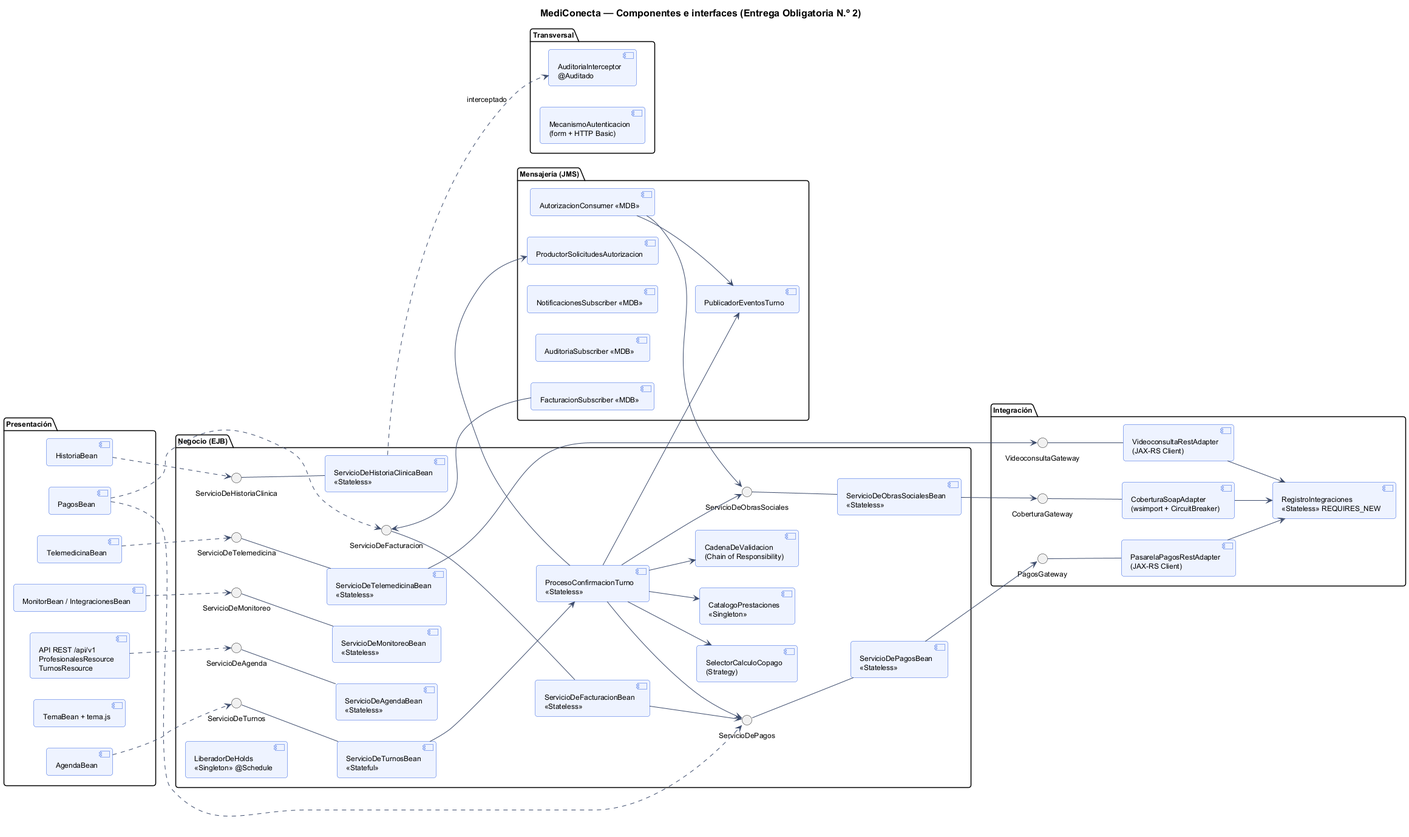
Earlier version of the PlantUML export docs/diagramas/02-componentes.png (ToxicWork/MediConecta).
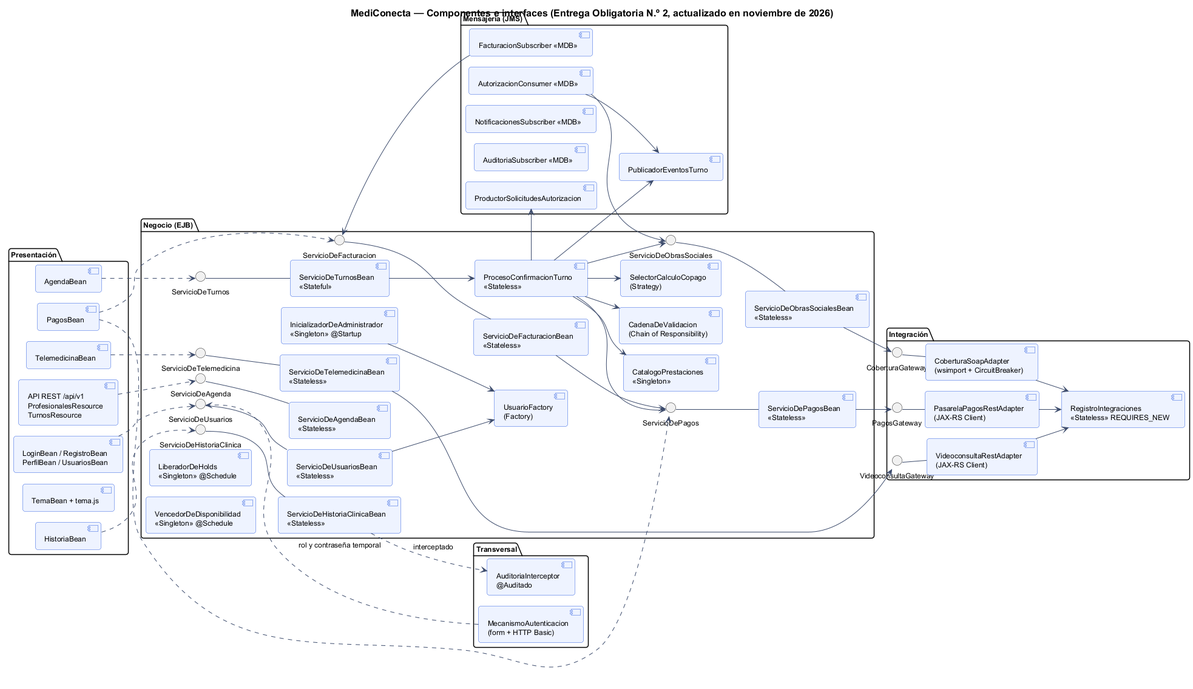
The same diagram one commit later.

What changed in the source:
```diff
@@ -1,6 +1,7 @@
 @startuml 02-componentes
+!pragma layout smetana
 !include _estilo.iuml
-title MediConecta — Componentes e interfaces (Entrega Obligatoria N.º 2)
+title MediConecta — Componentes e interfaces (Entrega Obligatoria N.º 2, actualizado en noviembre de 2026)
 left to right direction
 
 package "Presentación" {
@@ -8,7 +9,7 @@
   [HistoriaBean] as HB
   [PagosBean] as PB
   [TelemedicinaBean] as TB
-  [MonitorBean / IntegracionesBean] as MB
+  [LoginBean / RegistroBean\nPerfilBean / UsuariosBean] as UB
   [TemaBean + tema.js] as TEMA
   [API REST /api/v1\nProfesionalesResource\nTurnosResource] as API
 }
@@ -21,7 +22,7 @@
   interface ServicioDePagos as I_SP
   interface ServicioDeTelemedicina as I_STM
   interface ServicioDeFacturacion as I_SF
-  interface ServicioDeMonitoreo as I_SM
+  interface ServicioDeUsuarios as I_SU
   [ServicioDeTurnosBean\n<<Stateful>>] as ST
   [ProcesoConfirmacionTurno\n<<Stateless>>] as PCT
   [ServicioDeAgendaBean\n<<Stateless>>] as SA
@@ -30,11 +31,14 @@
   [ServicioDePagosBean\n<<Stateless>>] as SP
   [ServicioDeTelemedicinaBean\n<<Stateless>>] as STM
   [ServicioDeFacturacionBean\n<<Stateless>>] as SF
-  [ServicioDeMonitoreoBean\n<<Stateless>>] as SM
+  [ServicioDeUsuariosBean\n<<Stateless>>] as SU
+  [UsuarioFactory\n(Factory)] as UF
   [CatalogoPrestaciones\n<<Singleton>>] as CAT
   [CadenaDeValidacion\n(Chain of Responsibility)] as CV
   [SelectorCalculoCopago\n(Strategy)] as CC
   [LiberadorDeHolds\n<<Singleton>> @Schedule] as LH
+  [VencedorDeDisponibilidad\n<<Singleton>> @Schedule] as VD
+  [InicializadorDeAdministrador\n<<Singleton>> @Startup] as IA
 }
 
 package "Integración" {
@@ -68,7 +72,7 @@
 SP -up- I_SP
 STM -up- I_STM
 SF -up- I_SF
-SM -up- I_SM
+SU -up- I_SU
 A_OS -up- G_OS
 A_PG -up- G_PG
 A_VID -up- G_VID
@@ -78,7 +82,7 @@
 PB ..> I_SP
 PB ..> I_SF
 TB ..> I_STM
-MB ..> I_SM
+UB ..> I_SU
 API ..> I_SA
 
 ST --> PCT
@@ -99,5 +103,8 @@
 AC --> PUB
 FS --> I_SF
 SF --> I_SP
+SU --> UF
+IA --> UF
+SEC ..> I_SU : rol y contraseña temporal
 SHC ..> INT : interceptado
 @enduml
```
